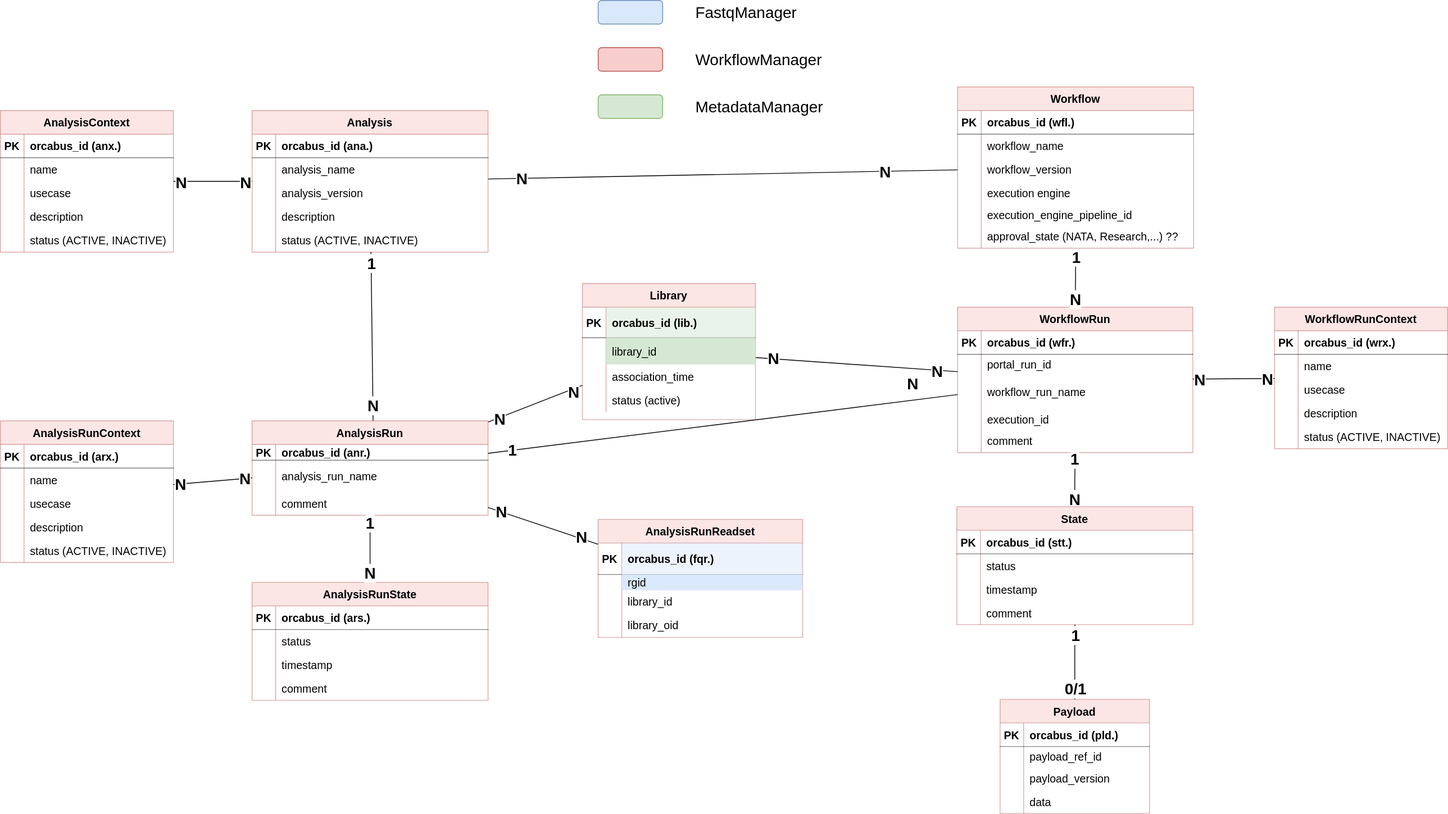
OrcaBus/service-workflow-manager keeps this draw.io diagram as docs/diagrams/workflow-manager-entity-diagram.drawio.svg. Above is the earlier version. Source tidied: cells renumbered, new cells last; positions are measured from the earlier drawing's top-left corner, leaving out a move shared by most shapes.
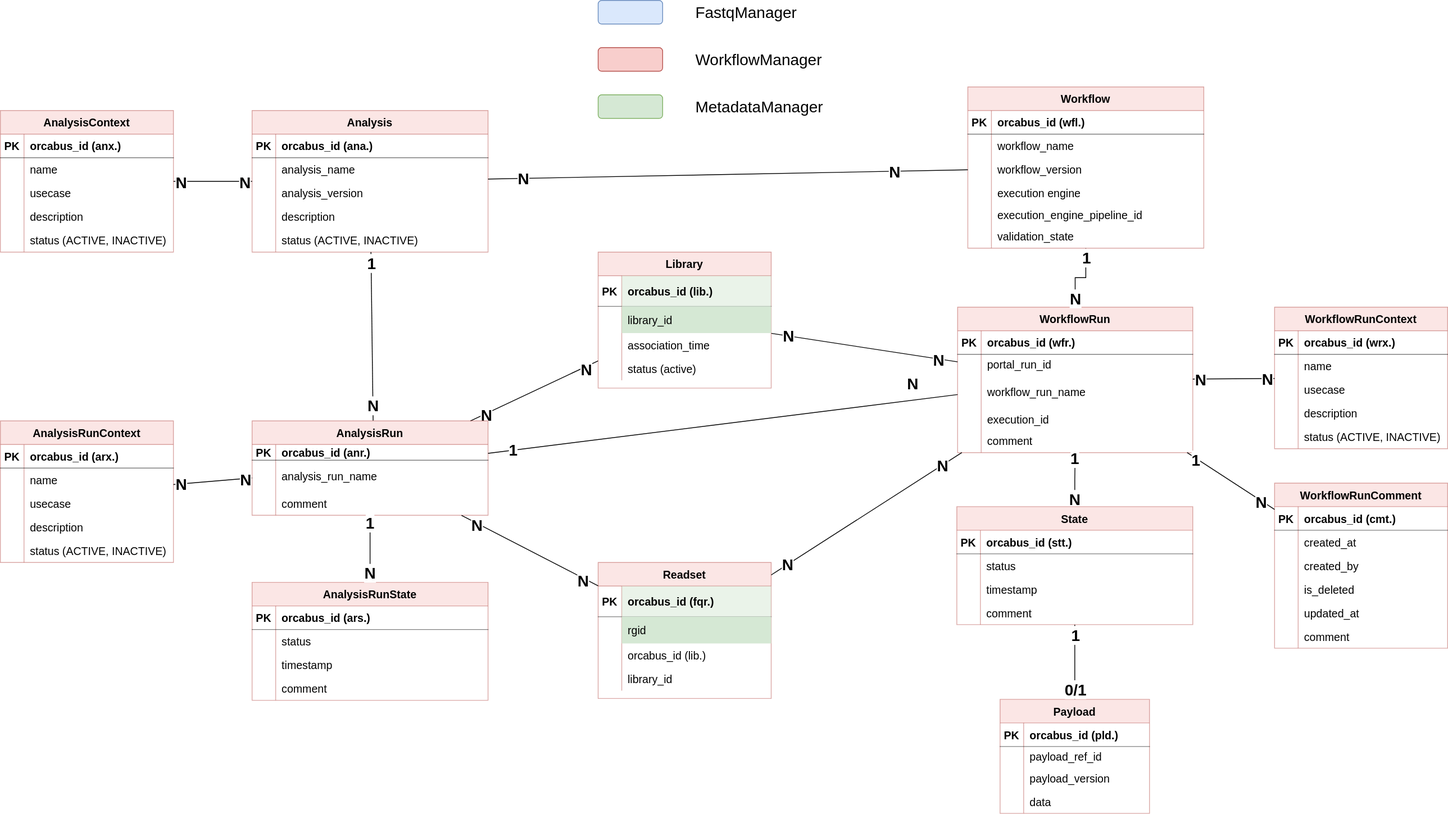
The same diagram one commit later.

Commit message:
Update entity model

- Rework ReadSet model
- update pre-commit config to exclude SVG from end-of-file-fixer

The edit, as a diff of the source:
```diff
@@ -149,7 +149,7 @@
       <mxGeometry x="0.71" relative="1" as="geometry" />
     </mxCell>
     <mxCell id="50" value="Workflow" style="shape=table;startSize=30;rowLines=0;fontStyle=1;align=center;fontSize=14;fillColor=#f8cecc;opacity=50;strokeColor=#b85450;" parent="1" vertex="1">
-      <mxGeometry x="1217" y="110" width="300" height="205" as="geometry" />
+      <mxGeometry x="1230" y="110" width="300" height="205" as="geometry" />
     </mxCell>
     <mxCell id="51" style="shape=tableRow;horizontal=0;startSize=0;swimlaneHead=0;swimlaneBody=0;fillColor=none;top=0;left=0;right=0;bottom=1;fontSize=14;opacity=50;" parent="50" vertex="1">
       <mxGeometry y="30" width="300" height="30" as="geometry" />
@@ -202,7 +202,7 @@
     <mxCell id="67" style="shape=partialRectangle;fillColor=none;top=0;left=0;bottom=0;right=0;overflow=hidden;fontSize=14;opacity=50;" parent="66" vertex="1">
       <mxGeometry width="30" height="30" as="geometry" />
     </mxCell>
-    <mxCell id="68" value="approval_state (NATA, Research,...) ??" style="shape=partialRectangle;fillColor=none;top=0;left=0;bottom=0;right=0;align=left;spacingLeft=6;overflow=hidden;fontSize=14;opacity=50;" parent="66" vertex="1">
+    <mxCell id="68" value="validation_state" style="shape=partialRectangle;fillColor=none;top=0;left=0;bottom=0;right=0;align=left;spacingLeft=6;overflow=hidden;fontSize=14;opacity=50;" parent="66" vertex="1">
       <mxGeometry x="30" width="270" height="30" as="geometry" />
     </mxCell>
     <mxCell id="69" style="rounded=0;jettySize=auto;html=1;endArrow=none;endFill=0;startArrow=none;startFill=0;" parent="1" edge="1" source="2" target="50">
@@ -294,7 +294,7 @@
       <mxGeometry x="-0.83" y="1" relative="1" as="geometry" />
     </mxCell>
     <mxCell id="97" value="Library" style="shape=table;startSize=30;rowLines=0;fontStyle=1;align=center;fontSize=14;fillColor=#f8cecc;opacity=50;strokeColor=#b85450;" parent="1" vertex="1">
-      <mxGeometry x="740" y="360" width="220" height="173" as="geometry" />
+      <mxGeometry x="760" y="320" width="220" height="173" as="geometry" />
     </mxCell>
     <mxCell id="98" style="shape=tableRow;horizontal=0;startSize=0;swimlaneHead=0;swimlaneBody=0;fillColor=none;top=0;left=0;right=0;bottom=1;fontSize=14;opacity=50;" parent="97" vertex="1">
       <mxGeometry y="30" width="220" height="39" as="geometry" />
@@ -437,54 +437,6 @@
     <mxCell id="144" value="status (ACTIVE, INACTIVE)" style="shape=partialRectangle;fillColor=none;top=0;left=0;bottom=0;right=0;align=left;spacingLeft=6;overflow=hidden;fontSize=14;opacity=50;" parent="142" vertex="1">
       <mxGeometry x="30" width="190" height="30" as="geometry" />
     </mxCell>
-    <mxCell id="145" style="rounded=0;jettySize=auto;html=1;endArrow=none;startFill=0;" parent="1" edge="1" source="148" target="21">
-      <mxGeometry relative="1" as="geometry" />
-    </mxCell>
-    <mxCell id="146" value="&lt;b&gt;&lt;font style=&quot;font-size: 20px;&quot;&gt;N&lt;/font&gt;&lt;/b&gt;" style="edgeLabel;html=1;align=center;verticalAlign=middle;" parent="145" vertex="1">
-      <mxGeometry x="0.78" y="-1" relative="1" as="geometry" />
-    </mxCell>
-    <mxCell id="147" value="&lt;b&gt;&lt;font style=&quot;font-size: 20px;&quot;&gt;N&lt;/font&gt;&lt;/b&gt;" style="edgeLabel;html=1;align=center;verticalAlign=middle;" parent="145" vertex="1">
-      <mxGeometry x="-0.67" y="-3" relative="1" as="geometry" />
-    </mxCell>
-    <mxCell id="148" value="AnalysisRunReadset" style="shape=table;startSize=30;rowLines=0;fontStyle=1;align=center;fontSize=14;fillColor=#f8cecc;opacity=50;strokeColor=#b85450;" parent="1" vertex="1">
-      <mxGeometry x="760" y="660" width="260" height="150" as="geometry" />
-    </mxCell>
-    <mxCell id="149" style="shape=tableRow;horizontal=0;startSize=0;swimlaneHead=0;swimlaneBody=0;fillColor=none;top=0;left=0;right=0;bottom=1;fontSize=14;opacity=50;" parent="148" vertex="1">
-      <mxGeometry y="30" width="260" height="40" as="geometry" />
-    </mxCell>
-    <mxCell id="150" value="PK" style="shape=partialRectangle;fillColor=none;top=0;left=0;bottom=0;right=0;fontStyle=1;overflow=hidden;fontSize=14;opacity=50;" parent="149" vertex="1">
-      <mxGeometry width="30" height="40" as="geometry" />
-    </mxCell>
-    <mxCell id="151" value="orcabus_id (fqr.)" style="shape=partialRectangle;fillColor=#dae8fc;top=0;left=0;bottom=0;right=0;align=left;spacingLeft=6;fontStyle=1;overflow=hidden;fontSize=14;opacity=50;strokeColor=#6c8ebf;" parent="149" vertex="1">
-      <mxGeometry x="30" width="230" height="40" as="geometry" />
-    </mxCell>
-    <mxCell id="152" style="shape=tableRow;horizontal=0;startSize=0;swimlaneHead=0;swimlaneBody=0;fillColor=none;top=0;left=0;right=0;bottom=0;rounded=0;shadow=0;labelBackgroundColor=#FFFFFF;labelBorderColor=none;sketch=0;fontSize=12;fontColor=#000000;" parent="148" vertex="1">
-      <mxGeometry y="70" width="260" height="20" as="geometry" />
-    </mxCell>
-    <mxCell id="153" style="shape=partialRectangle;fillColor=none;top=0;left=0;bottom=0;right=0;overflow=hidden;rounded=0;shadow=0;labelBackgroundColor=#FFFFFF;labelBorderColor=none;sketch=0;fontSize=12;fontColor=#000000;" parent="152" vertex="1">
-      <mxGeometry width="30" height="20" as="geometry" />
-    </mxCell>
-    <mxCell id="154" value="rgid" style="shape=partialRectangle;fillColor=#dae8fc;top=0;left=0;bottom=0;right=0;align=left;spacingLeft=6;overflow=hidden;rounded=0;shadow=0;labelBackgroundColor=none;labelBorderColor=none;sketch=0;fontSize=14;strokeColor=#6c8ebf;" parent="152" vertex="1">
-      <mxGeometry x="30" width="230" height="20" as="geometry" />
-    </mxCell>
-    <mxCell id="155" style="shape=tableRow;horizontal=0;startSize=0;swimlaneHead=0;swimlaneBody=0;fillColor=none;top=0;left=0;right=0;bottom=0;" parent="148" vertex="1">
-      <mxGeometry y="90" width="260" height="30" as="geometry" />
-    </mxCell>
-    <mxCell id="156" style="shape=partialRectangle;fillColor=none;top=0;left=0;bottom=0;right=0;fontStyle=0;overflow=hidden;whiteSpace=wrap;html=1;" parent="155" vertex="1">
-      <mxGeometry width="30" height="30" as="geometry" />
-    </mxCell>
-    <mxCell id="157" value="&lt;font style=&quot;font-size: 14px;&quot;&gt;library_id&lt;/font&gt;" style="shape=partialRectangle;fillColor=none;top=0;left=0;bottom=0;right=0;align=left;spacingLeft=6;fontStyle=0;overflow=hidden;whiteSpace=wrap;html=1;" parent="155" vertex="1">
-      <mxGeometry x="30" width="230" height="30" as="geometry" />
-    </mxCell>
-    <mxCell id="158" style="shape=tableRow;horizontal=0;startSize=0;swimlaneHead=0;swimlaneBody=0;fillColor=none;top=0;left=0;right=0;bottom=0;" parent="148" vertex="1">
-      <mxGeometry y="120" width="260" height="30" as="geometry" />
-    </mxCell>
-    <mxCell id="159" style="shape=partialRectangle;fillColor=none;top=0;left=0;bottom=0;right=0;fontStyle=0;overflow=hidden;whiteSpace=wrap;html=1;" parent="158" vertex="1">
-      <mxGeometry width="30" height="30" as="geometry" />
-    </mxCell>
-    <mxCell id="160" value="&lt;font style=&quot;font-size: 14px;&quot;&gt;library_oid&lt;/font&gt;" style="shape=partialRectangle;fillColor=none;top=0;left=0;bottom=0;right=0;align=left;spacingLeft=6;fontStyle=0;overflow=hidden;whiteSpace=wrap;html=1;" parent="158" vertex="1">
-      <mxGeometry x="30" width="230" height="30" as="geometry" />
-    </mxCell>
     <mxCell id="161" value="AnalysisRunContext" style="shape=table;startSize=30;rowLines=0;fontStyle=1;align=center;fontSize=14;fillColor=#f8cecc;opacity=50;strokeColor=#b85450;" parent="1" vertex="1">
       <mxGeometry y="534.7" width="220" height="180" as="geometry" />
     </mxCell>
@@ -674,5 +626,130 @@
     <mxCell id="223" value="&lt;font style=&quot;font-size: 20px;&quot;&gt;&lt;b&gt;1&lt;/b&gt;&lt;/font&gt;" style="edgeLabel;html=1;align=center;verticalAlign=middle;" parent="221" vertex="1">
       <mxGeometry x="0.8" y="1" relative="1" as="geometry" />
     </mxCell>
+    <mxCell id="224" value="Readset" style="shape=table;startSize=30;rowLines=0;fontStyle=1;align=center;fontSize=14;fillColor=#f8cecc;opacity=50;strokeColor=#b85450;" parent="1" vertex="1">
+      <mxGeometry x="760" y="714.7" width="220" height="173" as="geometry" />
+    </mxCell>
+    <mxCell id="225" style="shape=tableRow;horizontal=0;startSize=0;swimlaneHead=0;swimlaneBody=0;fillColor=none;top=0;left=0;right=0;bottom=1;fontSize=14;opacity=50;" parent="224" vertex="1">
+      <mxGeometry y="30" width="220" height="39" as="geometry" />
+    </mxCell>
+    <mxCell id="226" value="PK" style="shape=partialRectangle;fillColor=none;top=0;left=0;bottom=0;right=0;fontStyle=1;overflow=hidden;fontSize=14;opacity=50;" parent="225" vertex="1">
+      <mxGeometry width="30" height="39" as="geometry" />
+    </mxCell>
+    <mxCell id="151" value="orcabus_id (fqr.)" style="shape=partialRectangle;fillColor=#d5e8d4;top=0;left=0;bottom=0;right=0;align=left;spacingLeft=6;fontStyle=1;overflow=hidden;fontSize=14;opacity=50;strokeColor=#82b366;" parent="225" vertex="1">
+      <mxGeometry x="30" width="190" height="39" as="geometry" />
+    </mxCell>
+    <mxCell id="227" style="shape=tableRow;horizontal=0;startSize=0;swimlaneHead=0;swimlaneBody=0;fillColor=none;top=0;left=0;right=0;bottom=0;rounded=0;shadow=0;labelBackgroundColor=#FFFFFF;labelBorderColor=none;sketch=0;fontSize=12;fontColor=#000000;" parent="224" vertex="1">
+      <mxGeometry y="69" width="220" height="34" as="geometry" />
+    </mxCell>
+    <mxCell id="228" style="shape=partialRectangle;fillColor=none;top=0;left=0;bottom=0;right=0;overflow=hidden;rounded=0;shadow=0;labelBackgroundColor=#FFFFFF;labelBorderColor=none;sketch=0;fontSize=12;fontColor=#000000;" parent="227" vertex="1">
+      <mxGeometry width="30" height="34" as="geometry" />
+    </mxCell>
+    <mxCell id="154" value="rgid" style="shape=partialRectangle;fillColor=#d5e8d4;top=0;left=0;bottom=0;right=0;align=left;spacingLeft=6;overflow=hidden;rounded=0;shadow=0;labelBackgroundColor=none;labelBorderColor=none;sketch=0;fontSize=14;strokeColor=#82b366;" parent="227" vertex="1">
+      <mxGeometry x="30" width="190" height="34" as="geometry" />
+    </mxCell>
+    <mxCell id="229" style="shape=tableRow;horizontal=0;startSize=0;swimlaneHead=0;swimlaneBody=0;fillColor=none;top=0;left=0;right=0;bottom=0;rounded=0;shadow=0;labelBackgroundColor=none;labelBorderColor=none;sketch=0;fontSize=14;" parent="224" vertex="1">
+      <mxGeometry y="103" width="220" height="30" as="geometry" />
+    </mxCell>
+    <mxCell id="230" style="shape=partialRectangle;fillColor=none;top=0;left=0;bottom=0;right=0;overflow=hidden;rounded=0;shadow=0;labelBackgroundColor=none;labelBorderColor=none;sketch=0;fontSize=14;" parent="229" vertex="1">
+      <mxGeometry width="30" height="30" as="geometry" />
+    </mxCell>
+    <mxCell id="231" value="orcabus_id (lib.)" style="shape=partialRectangle;fillColor=none;top=0;left=0;bottom=0;right=0;align=left;spacingLeft=6;overflow=hidden;rounded=0;shadow=0;labelBackgroundColor=none;labelBorderColor=none;sketch=0;fontSize=14;" parent="229" vertex="1">
+      <mxGeometry x="30" width="190" height="30" as="geometry" />
+    </mxCell>
+    <mxCell id="232" style="shape=tableRow;horizontal=0;startSize=0;swimlaneHead=0;swimlaneBody=0;fillColor=none;top=0;left=0;right=0;bottom=0;fontSize=14;opacity=50;" parent="224" vertex="1">
+      <mxGeometry y="133" width="220" height="30" as="geometry" />
+    </mxCell>
+    <mxCell id="233" style="shape=partialRectangle;fillColor=none;top=0;left=0;bottom=0;right=0;overflow=hidden;fontSize=14;opacity=50;" parent="232" vertex="1">
+      <mxGeometry width="30" height="30" as="geometry" />
+    </mxCell>
+    <mxCell id="157" value="library_id" style="shape=partialRectangle;fillColor=none;top=0;left=0;bottom=0;right=0;align=left;spacingLeft=6;overflow=hidden;fontSize=14;opacity=50;" parent="232" vertex="1">
+      <mxGeometry x="30" width="190" height="30" as="geometry" />
+    </mxCell>
+    <mxCell id="234" style="rounded=0;jettySize=auto;html=1;endArrow=none;endFill=0;" parent="1" edge="1" source="224" target="31">
+      <mxGeometry relative="1" as="geometry" />
+    </mxCell>
+    <mxCell id="235" value="&lt;font style=&quot;font-size: 20px;&quot;&gt;&lt;b&gt;N&lt;/b&gt;&lt;/font&gt;" style="edgeLabel;html=1;align=center;verticalAlign=middle;" parent="234" vertex="1">
+      <mxGeometry x="0.79" relative="1" as="geometry" />
+    </mxCell>
+    <mxCell id="236" value="&lt;font style=&quot;font-size: 20px;&quot;&gt;&lt;b&gt;N&lt;/b&gt;&lt;/font&gt;" style="edgeLabel;html=1;align=center;verticalAlign=middle;" parent="234" vertex="1">
+      <mxGeometry x="-0.83" y="1" relative="1" as="geometry" />
+    </mxCell>
+    <mxCell id="237" style="rounded=0;jettySize=auto;html=1;endArrow=none;endFill=0;" parent="1" edge="1" source="21" target="224">
+      <mxGeometry relative="1" as="geometry" />
+    </mxCell>
+    <mxCell id="238" value="&lt;b&gt;&lt;font style=&quot;font-size: 20px;&quot;&gt;N&lt;/font&gt;&lt;/b&gt;" style="edgeLabel;html=1;align=center;verticalAlign=middle;" parent="237" vertex="1">
+      <mxGeometry x="0.79" y="-3" relative="1" as="geometry" />
+    </mxCell>
+    <mxCell id="239" value="&lt;b&gt;&lt;font style=&quot;font-size: 20px;&quot;&gt;N&lt;/font&gt;&lt;/b&gt;" style="edgeLabel;html=1;align=center;verticalAlign=middle;" parent="237" vertex="1">
+      <mxGeometry x="-0.76" y="-1" relative="1" as="geometry">
+        <mxPoint x="-1" as="offset" />
+      </mxGeometry>
+    </mxCell>
+    <mxCell id="240" value="WorkflowRunComment" style="shape=table;startSize=30;rowLines=0;fontStyle=1;align=center;fontSize=14;fillColor=#f8cecc;opacity=50;strokeColor=#b85450;" parent="1" vertex="1">
+      <mxGeometry x="1620" y="613.8" width="220" height="210" as="geometry" />
+    </mxCell>
+    <mxCell id="241" style="shape=tableRow;horizontal=0;startSize=0;swimlaneHead=0;swimlaneBody=0;fillColor=none;top=0;left=0;right=0;bottom=1;fontSize=14;opacity=50;" parent="240" vertex="1">
+      <mxGeometry y="30" width="220" height="30" as="geometry" />
+    </mxCell>
+    <mxCell id="242" value="PK" style="shape=partialRectangle;fillColor=none;top=0;left=0;bottom=0;right=0;fontStyle=1;overflow=hidden;fontSize=14;opacity=50;" parent="241" vertex="1">
+      <mxGeometry width="30" height="30" as="geometry" />
+    </mxCell>
+    <mxCell id="243" value="orcabus_id (cmt.)" style="shape=partialRectangle;fillColor=none;top=0;left=0;bottom=0;right=0;align=left;spacingLeft=6;fontStyle=1;overflow=hidden;fontSize=14;opacity=50;" parent="241" vertex="1">
+      <mxGeometry x="30" width="190" height="30" as="geometry" />
+    </mxCell>
+    <mxCell id="244" style="shape=tableRow;horizontal=0;startSize=0;swimlaneHead=0;swimlaneBody=0;fillColor=none;top=0;left=0;right=0;bottom=0;rounded=0;shadow=0;labelBackgroundColor=#FFFFFF;labelBorderColor=none;sketch=0;fontSize=12;fontColor=#000000;" parent="240" vertex="1">
+      <mxGeometry y="60" width="220" height="30" as="geometry" />
+    </mxCell>
+    <mxCell id="245" style="shape=partialRectangle;fillColor=none;top=0;left=0;bottom=0;right=0;overflow=hidden;rounded=0;shadow=0;labelBackgroundColor=#FFFFFF;labelBorderColor=none;sketch=0;fontSize=12;fontColor=#000000;" parent="244" vertex="1">
+      <mxGeometry width="30" height="30" as="geometry" />
+    </mxCell>
+    <mxCell id="246" value="created_at" style="shape=partialRectangle;fillColor=none;top=0;left=0;bottom=0;right=0;align=left;spacingLeft=6;overflow=hidden;rounded=0;shadow=0;labelBackgroundColor=#FFFFFF;labelBorderColor=none;sketch=0;fontSize=14;fontColor=#000000;" parent="244" vertex="1">
+      <mxGeometry x="30" width="190" height="30" as="geometry" />
+    </mxCell>
+    <mxCell id="247" style="shape=tableRow;horizontal=0;startSize=0;swimlaneHead=0;swimlaneBody=0;fillColor=none;top=0;left=0;right=0;bottom=0;fontSize=14;opacity=50;" parent="240" vertex="1">
+      <mxGeometry y="90" width="220" height="30" as="geometry" />
+    </mxCell>
+    <mxCell id="248" style="shape=partialRectangle;fillColor=none;top=0;left=0;bottom=0;right=0;overflow=hidden;fontSize=14;opacity=50;" parent="247" vertex="1">
+      <mxGeometry width="30" height="30" as="geometry" />
+    </mxCell>
+    <mxCell id="249" value="created_by" style="shape=partialRectangle;fillColor=none;top=0;left=0;bottom=0;right=0;align=left;spacingLeft=6;overflow=hidden;fontSize=14;opacity=50;" parent="247" vertex="1">
+      <mxGeometry x="30" width="190" height="30" as="geometry" />
+    </mxCell>
+    <mxCell id="250" style="shape=tableRow;horizontal=0;startSize=0;swimlaneHead=0;swimlaneBody=0;fillColor=none;top=0;left=0;right=0;bottom=0;rounded=0;shadow=0;labelBackgroundColor=none;labelBorderColor=none;sketch=0;fontSize=14;" parent="240" vertex="1">
+      <mxGeometry y="120" width="220" height="30" as="geometry" />
+    </mxCell>
+    <mxCell id="251" style="shape=partialRectangle;fillColor=none;top=0;left=0;bottom=0;right=0;overflow=hidden;rounded=0;shadow=0;labelBackgroundColor=none;labelBorderColor=none;sketch=0;fontSize=14;" parent="250" vertex="1">
+      <mxGeometry width="30" height="30" as="geometry" />
+    </mxCell>
+    <mxCell id="252" value="is_deleted" style="shape=partialRectangle;fillColor=none;top=0;left=0;bottom=0;right=0;align=left;spacingLeft=6;overflow=hidden;rounded=0;shadow=0;labelBackgroundColor=none;labelBorderColor=none;sketch=0;fontSize=14;" parent="250" vertex="1">
+      <mxGeometry x="30" width="190" height="30" as="geometry" />
+    </mxCell>
+    <mxCell id="253" style="shape=tableRow;horizontal=0;startSize=0;swimlaneHead=0;swimlaneBody=0;fillColor=none;top=0;left=0;right=0;bottom=0;fontSize=14;opacity=50;" parent="240" vertex="1">
+      <mxGeometry y="150" width="220" height="30" as="geometry" />
+    </mxCell>
+    <mxCell id="254" style="shape=partialRectangle;fillColor=none;top=0;left=0;bottom=0;right=0;overflow=hidden;fontSize=14;opacity=50;" parent="253" vertex="1">
+      <mxGeometry width="30" height="30" as="geometry" />
+    </mxCell>
+    <mxCell id="255" value="updated_at" style="shape=partialRectangle;fillColor=none;top=0;left=0;bottom=0;right=0;align=left;spacingLeft=6;overflow=hidden;fontSize=14;opacity=50;" parent="253" vertex="1">
+      <mxGeometry x="30" width="190" height="30" as="geometry" />
+    </mxCell>
+    <mxCell id="256" style="shape=tableRow;horizontal=0;startSize=0;swimlaneHead=0;swimlaneBody=0;fillColor=none;top=0;left=0;right=0;bottom=0;fontSize=14;opacity=50;" parent="240" vertex="1">
+      <mxGeometry y="180" width="220" height="30" as="geometry" />
+    </mxCell>
+    <mxCell id="257" style="shape=partialRectangle;fillColor=none;top=0;left=0;bottom=0;right=0;overflow=hidden;fontSize=14;opacity=50;" parent="256" vertex="1">
+      <mxGeometry width="30" height="30" as="geometry" />
+    </mxCell>
+    <mxCell id="258" value="comment" style="shape=partialRectangle;fillColor=none;top=0;left=0;bottom=0;right=0;align=left;spacingLeft=6;overflow=hidden;fontSize=14;opacity=50;" parent="256" vertex="1">
+      <mxGeometry x="30" width="190" height="30" as="geometry" />
+    </mxCell>
+    <mxCell id="259" style="rounded=0;jettySize=auto;html=1;endArrow=none;endFill=0;" parent="1" edge="1" source="240" target="31">
+      <mxGeometry relative="1" as="geometry" />
+    </mxCell>
+    <mxCell id="260" value="&lt;font style=&quot;font-size: 20px;&quot;&gt;&lt;b&gt;N&lt;/b&gt;&lt;/font&gt;" style="edgeLabel;html=1;align=center;verticalAlign=middle;" parent="259" vertex="1">
+      <mxGeometry x="-0.71" y="1" relative="1" as="geometry" />
+    </mxCell>
+    <mxCell id="261" value="&lt;font style=&quot;font-size: 20px;&quot;&gt;&lt;b&gt;1&lt;/b&gt;&lt;/font&gt;" style="edgeLabel;html=1;align=center;verticalAlign=middle;" parent="259" vertex="1">
+      <mxGeometry x="0.8" y="1" relative="1" as="geometry" />
+    </mxCell>
   </root>
 </mxGraphModel>
```
